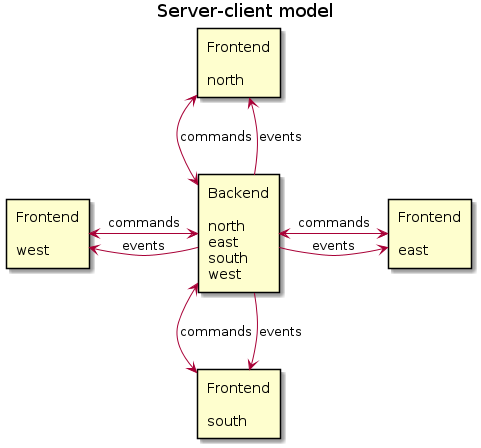
This is img/clientserver.png from jasujm/bridge, a PlantUML export, as it was before one commit. Source of this version:
```plantuml
@startuml
title Server-client model
rectangle "Frontend\n\nnorth" as FEn
rectangle "Frontend\n\neast" as FEe
rectangle "Frontend\n\nsouth" as FEs
rectangle "Frontend\n\nwest" as FEw
rectangle "Backend\n\nnorth\neast\nsouth\nwest" as BE
FEn <-down-> BE: commands
FEn <-down- BE: events
FEe <-left-> BE: commands
FEe <-left- BE: events
FEs <-up-> BE: commands
FEs <-up- BE: events
FEw <-right-> BE: commands
FEw <-right- BE: events
@enduml
```
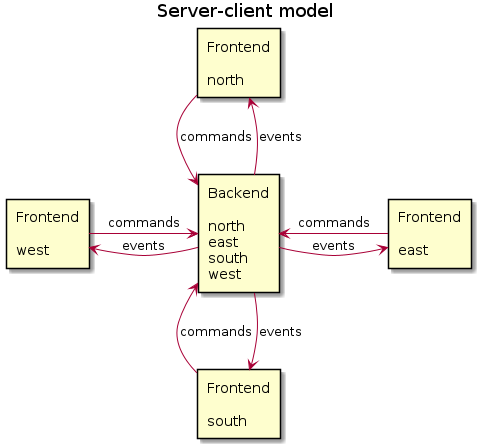
Later version of the same file.

Diff of the diagram source:
```diff
@@ -5,12 +5,12 @@
 rectangle "Frontend\n\nsouth" as FEs
 rectangle "Frontend\n\nwest" as FEw
 rectangle "Backend\n\nnorth\neast\nsouth\nwest" as BE
-FEn <-down-> BE: commands
+FEn -down-> BE: commands
 FEn <-down- BE: events
-FEe <-left-> BE: commands
+FEe -left-> BE: commands
 FEe <-left- BE: events
-FEs <-up-> BE: commands
+FEs -up-> BE: commands
 FEs <-up- BE: events
-FEw <-right-> BE: commands
+FEw -right-> BE: commands
 FEw <-right- BE: events
 @enduml
```
